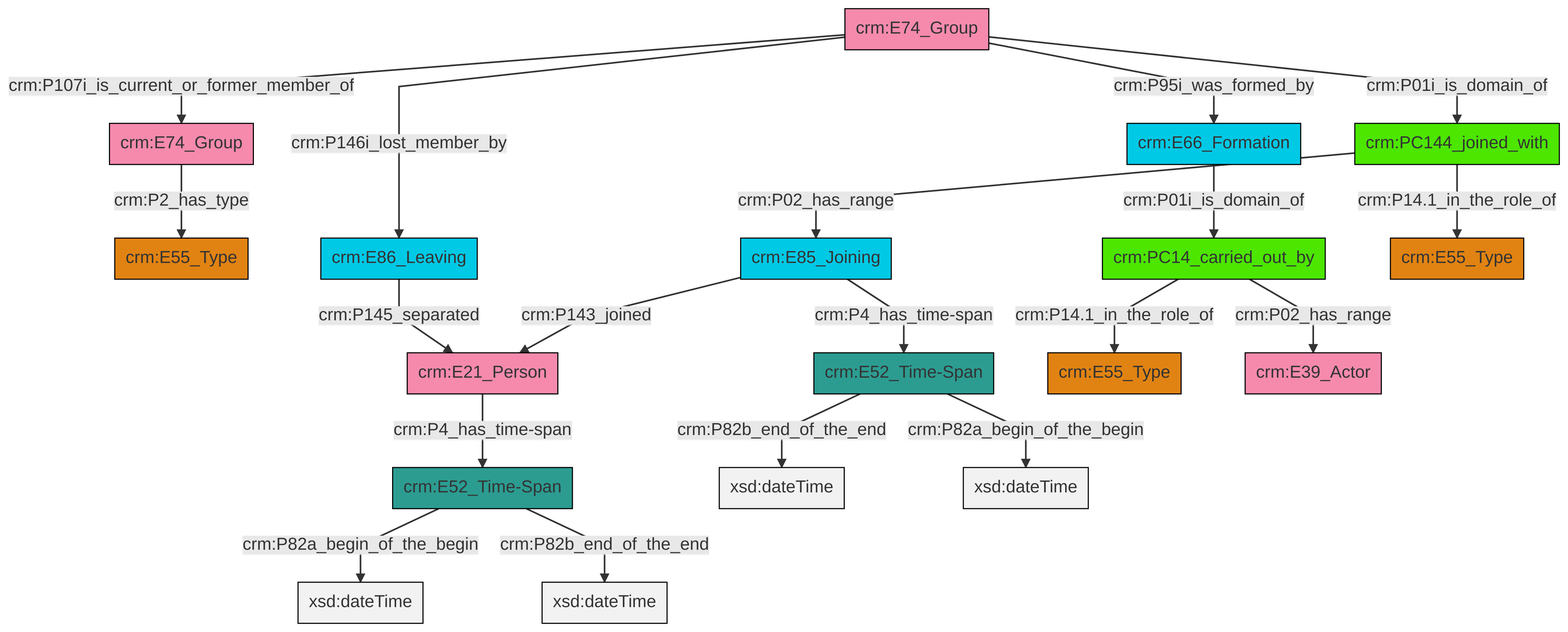
Earlier version of the Mermaid export et/groupCSV/ttl/mmd/png/group_actor_relations.png (swiss-art-research-net/docs.swissartresearch). Its source is kept beside it as et/groupCSV/ttl/mmd/group_actor_relations.ttl.mmd.
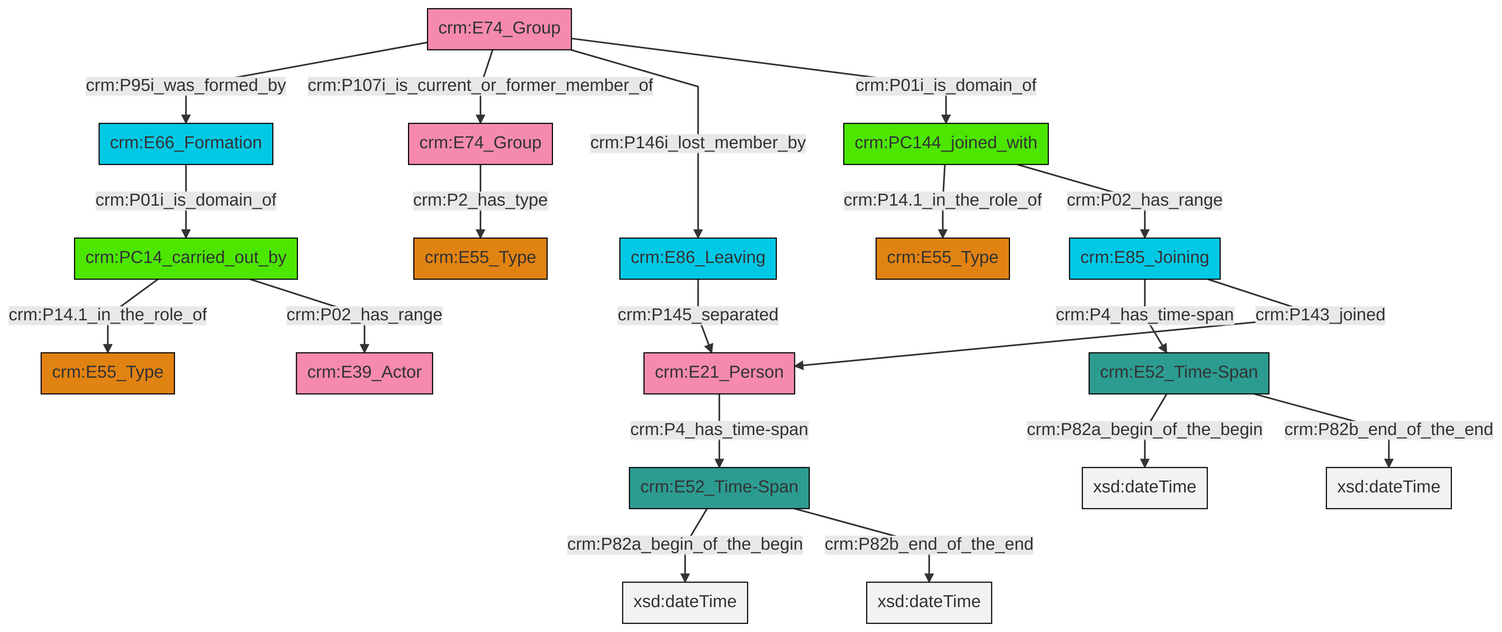
The same diagram one commit later.

The edit, as a diff of the source:
```diff
@@ -13,21 +13,21 @@
 classDef PC_Classes fill:#4ce600, stroke:#000000;
 classDef Multi fill:#cccccc,stroke:#000000;
 
-0["crm:E21_Person"]:::Actor -->|crm:P4_has_time-span| 1["crm:E52_Time-Span"]:::Time-Span
-6["crm:E74_Group"]:::Actor -->|crm:P107i_is_current_or_former_member_of| 2["crm:E74_Group"]:::Actor
-4["crm:E52_Time-Span"]:::Time-Span -->|crm:P82b_end_of_the_end| 7[xsd:dateTime]:::Literal
-2["crm:E74_Group"]:::Actor -->|crm:P2_has_type| 8["crm:E55_Type"]:::Type
-6["crm:E74_Group"]:::Actor -->|crm:P95i_was_formed_by| 9["crm:E66_Formation"]:::Temporal_Entity
-10["crm:E86_Leaving"]:::Temporal_Entity -->|crm:P145_separated| 0["crm:E21_Person"]:::Actor
-4["crm:E52_Time-Span"]:::Time-Span -->|crm:P82a_begin_of_the_begin| 15[xsd:dateTime]:::Literal
-11["crm:PC14_carried_out_by"]:::PC_Classes -->|crm:P14.1_in_the_role_of| 18["crm:E55_Type"]:::Type
-20["crm:E85_Joining"]:::Temporal_Entity -->|crm:P4_has_time-span| 4["crm:E52_Time-Span"]:::Time-Span
-6["crm:E74_Group"]:::Actor -->|crm:P146i_lost_member_by| 10["crm:E86_Leaving"]:::Temporal_Entity
-1["crm:E52_Time-Span"]:::Time-Span -->|crm:P82a_begin_of_the_begin| 24[xsd:dateTime]:::Literal
-11["crm:PC14_carried_out_by"]:::PC_Classes -->|crm:P02_has_range| 22["crm:E39_Actor"]:::Actor
-20["crm:E85_Joining"]:::Temporal_Entity -->|crm:P143_joined| 0["crm:E21_Person"]:::Actor
-1["crm:E52_Time-Span"]:::Time-Span -->|crm:P82b_end_of_the_end| 28[xsd:dateTime]:::Literal
-31["crm:PC144_joined_with"]:::PC_Classes -->|crm:P14.1_in_the_role_of| 26["crm:E55_Type"]:::Type
-31["crm:PC144_joined_with"]:::PC_Classes -->|crm:P02_has_range| 20["crm:E85_Joining"]:::Temporal_Entity
-9["crm:E66_Formation"]:::Temporal_Entity -->|crm:P01i_is_domain_of| 11["crm:PC14_carried_out_by"]:::PC_Classes
-6["crm:E74_Group"]:::Actor -->|crm:P01i_is_domain_of| 31["crm:PC144_joined_with"]:::PC_Classes
+0["crm:E74_Group"]:::Actor -->|crm:P2_has_type| 1["crm:E55_Type"]:::Type
+4["crm:E74_Group"]:::Actor -->|crm:P95i_was_formed_by| 5["crm:E66_Formation"]:::Temporal_Entity
+8["crm:E86_Leaving"]:::Temporal_Entity -->|crm:P145_separated| 9["crm:E21_Person"]:::Actor
+4["crm:E74_Group"]:::Actor -->|crm:P107i_is_current_or_former_member_of| 0["crm:E74_Group"]:::Actor
+4["crm:E74_Group"]:::Actor -->|crm:P146i_lost_member_by| 8["crm:E86_Leaving"]:::Temporal_Entity
+14["crm:PC14_carried_out_by"]:::PC_Classes -->|crm:P14.1_in_the_role_of| 6["crm:E55_Type"]:::Type
+10["crm:PC144_joined_with"]:::PC_Classes -->|crm:P14.1_in_the_role_of| 2["crm:E55_Type"]:::Type
+5["crm:E66_Formation"]:::Temporal_Entity -->|crm:P01i_is_domain_of| 14["crm:PC14_carried_out_by"]:::PC_Classes
+15["crm:E52_Time-Span"]:::Time-Span -->|crm:P82a_begin_of_the_begin| 23[xsd:dateTime]:::Literal
+15["crm:E52_Time-Span"]:::Time-Span -->|crm:P82b_end_of_the_end| 25[xsd:dateTime]:::Literal
+21["crm:E52_Time-Span"]:::Time-Span -->|crm:P82a_begin_of_the_begin| 28[xsd:dateTime]:::Literal
+21["crm:E52_Time-Span"]:::Time-Span -->|crm:P82b_end_of_the_end| 32[xsd:dateTime]:::Literal
+19["crm:E85_Joining"]:::Temporal_Entity -->|crm:P4_has_time-span| 21["crm:E52_Time-Span"]:::Time-Span
+4["crm:E74_Group"]:::Actor -->|crm:P01i_is_domain_of| 10["crm:PC144_joined_with"]:::PC_Classes
+14["crm:PC14_carried_out_by"]:::PC_Classes -->|crm:P02_has_range| 29["crm:E39_Actor"]:::Actor
+19["crm:E85_Joining"]:::Temporal_Entity -->|crm:P143_joined| 9["crm:E21_Person"]:::Actor
+9["crm:E21_Person"]:::Actor -->|crm:P4_has_time-span| 15["crm:E52_Time-Span"]:::Time-Span
+10["crm:PC144_joined_with"]:::PC_Classes -->|crm:P02_has_range| 19["crm:E85_Joining"]:::Temporal_Entity
```
